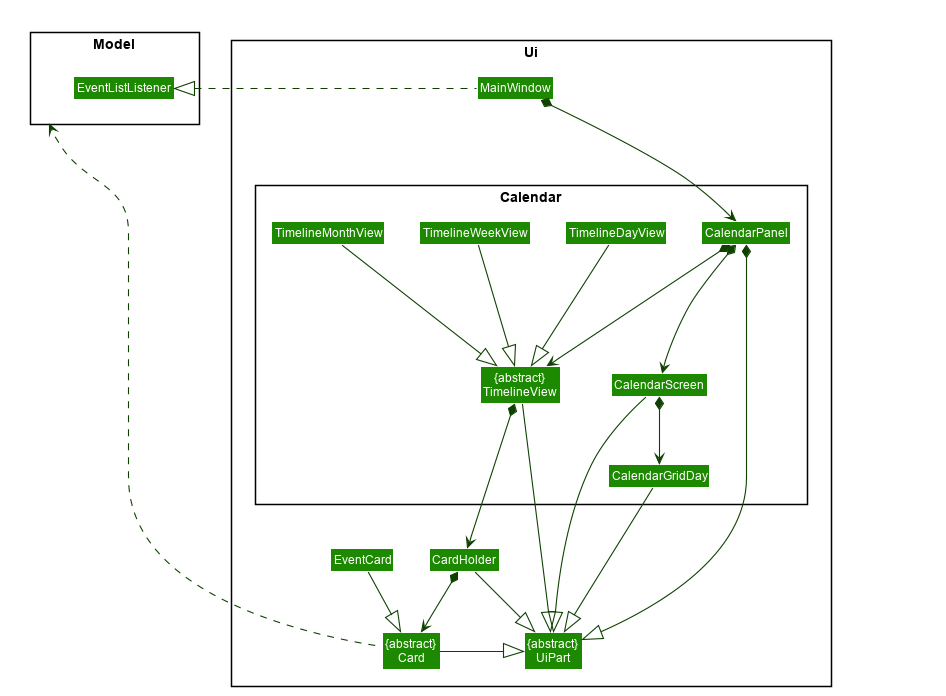
Before: docs/images/UiCalendarClassDiagram.png, a diagram exported from PlantUML (nus-cs2103-AY1920S1/addressbook-level3). The source it was exported from:
```plantuml
@startuml








skinparam BackgroundColor #FFFFFFF

skinparam Shadowing false

skinparam Class {
    FontColor #FFFFFF
    BorderThickness 1
    BorderColor #FFFFFF
    StereotypeFontColor #FFFFFF
    FontName Arial
}

skinparam Actor {
    BorderColor #000000
    Color #000000
    FontName Arial
}

skinparam Sequence {
    MessageAlign center
    BoxFontSize 15
    BoxPadding 0
    BoxFontColor #FFFFFF
    FontName Arial
}

skinparam Participant {
    FontColor #FFFFFFF
    Padding 20
}

skinparam MinClassWidth 50
skinparam ParticipantPadding 10
skinparam Shadowing false
skinparam DefaultTextAlignment center
skinparam packageStyle Rectangle

hide footbox
hide members
hide circle
skinparam arrowThickness 1.1
skinparam arrowColor #0E4100
skinparam classBackgroundColor #1D8900

package Ui <<Rectangle>> {
Class "{abstract}\nUiPart" as UiPart
Class "{abstract}\nCard" as Card
Class MainWindow
    Class CardHolder
    Class EventCard
    package Calendar <<Rectangle>> {
        Class "{abstract}\nTimelineView" as TimelineView
        Class CalendarPanel
        Class TimelineDayView
        Class TimelineWeekView
        Class TimelineMonthView
        Class CalendarScreen
        Class CalendarGridDay
    }
}

package Model <<Rectangle>> {
    Class EventListListener
}

Class HiddenOutside #FFFFFF
MainWindow *-down--> CalendarPanel
MainWindow .left-|> EventListListener

CalendarPanel *-down--|> UiPart
CalendarPanel *-down--> TimelineView
CalendarPanel *-down--> CalendarScreen

CardHolder -down|> UiPart
CardHolder *-down-> Card

Card -down|> UiPart
Card -up..> Model

EventCard --|> Card


TimelineView -down--|> UiPart
TimelineView *-right--> CardHolder

TimelineDayView -down--|> TimelineView

TimelineWeekView -down--|> TimelineView

TimelineMonthView -down--|> TimelineView

CalendarScreen -down--|> UiPart
CalendarScreen *-down-> CalendarGridDay

CalendarGridDay -down--|> UiPart


@enduml
```
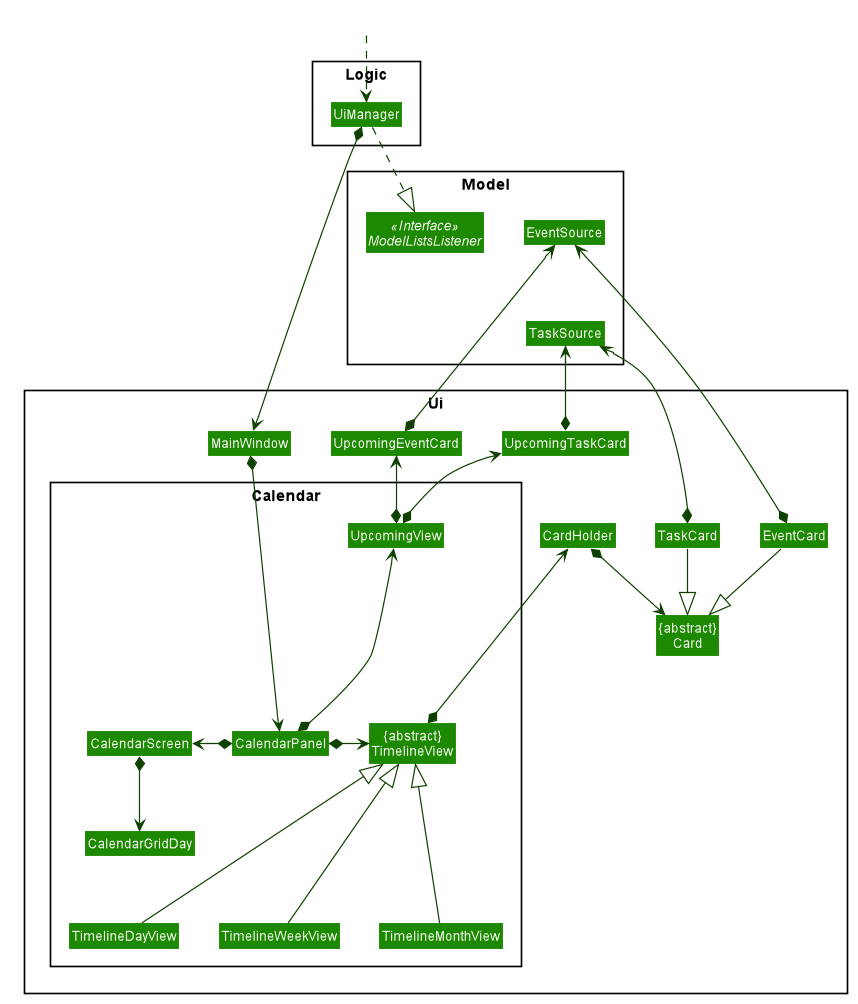
Above is the later version.

Commit message:
Edited Class Diagrams.

The edit, as a diff of the source:
```diff
@@ -52,11 +52,13 @@
 skinparam classBackgroundColor #1D8900
 
 package Ui <<Rectangle>> {
-Class "{abstract}\nUiPart" as UiPart
 Class "{abstract}\nCard" as Card
 Class MainWindow
-    Class CardHolder
-    Class EventCard
+Class CardHolder
+Class EventCard
+Class TaskCard
+Class UpcomingEventCard
+Class UpcomingTaskCard
     package Calendar <<Rectangle>> {
         Class "{abstract}\nTimelineView" as TimelineView
         Class CalendarPanel
@@ -65,43 +67,60 @@
         Class TimelineMonthView
         Class CalendarScreen
         Class CalendarGridDay
+        Class UpcomingView
     }
 }
 
+package Logic <<Rectangle>> {
+    Class UiManager
+}
+
 package Model <<Rectangle>> {
-    Class EventListListener
+    Class EventSource
+    Class TaskSource
+    Interface ModelListsListener <<Interface>>
 }
 
 Class HiddenOutside #FFFFFF
+HiddenOutside .down.> UiManager
+
+UiManager *--> MainWindow
+UiManager ..|> ModelListsListener
+
 MainWindow *-down--> CalendarPanel
-MainWindow .left-|> EventListListener
 
-CalendarPanel *-down--|> UiPart
-CalendarPanel *-down--> TimelineView
-CalendarPanel *-down--> CalendarScreen
+CalendarPanel *-right--> TimelineView
+CalendarPanel *-left-> CalendarScreen
+CalendarPanel *-up--> UpcomingView
 
-CardHolder -down|> UiPart
 CardHolder *-down-> Card
 
-Card -down|> UiPart
-Card -up..> Model
 
 EventCard --|> Card
+EventCard *-up-> EventSource
 
 
-TimelineView -down--|> UiPart
-TimelineView *-right--> CardHolder
+TaskCard --|> Card
+TaskCard *-up-> TaskSource
 
-TimelineDayView -down--|> TimelineView
+TimelineView *-up--> CardHolder
 
-TimelineWeekView -down--|> TimelineView
+TimelineDayView -up--|> TimelineView
 
-TimelineMonthView -down--|> TimelineView
+TimelineWeekView -up--|> TimelineView
 
-CalendarScreen -down--|> UiPart
+TimelineMonthView -up--|> TimelineView
+
 CalendarScreen *-down-> CalendarGridDay
 
-CalendarGridDay -down--|> UiPart
+UpcomingView *-up-> UpcomingEventCard
+UpcomingView *-up-> UpcomingTaskCard
 
+UpcomingEventCard *-up-> EventSource
+
+UpcomingTaskCard *-up-> TaskSource
+
+EventSource ..[hidden]down|> TaskSource
+UpcomingTaskCard ..[hidden]left|> MainWindow
 
 @enduml
```
